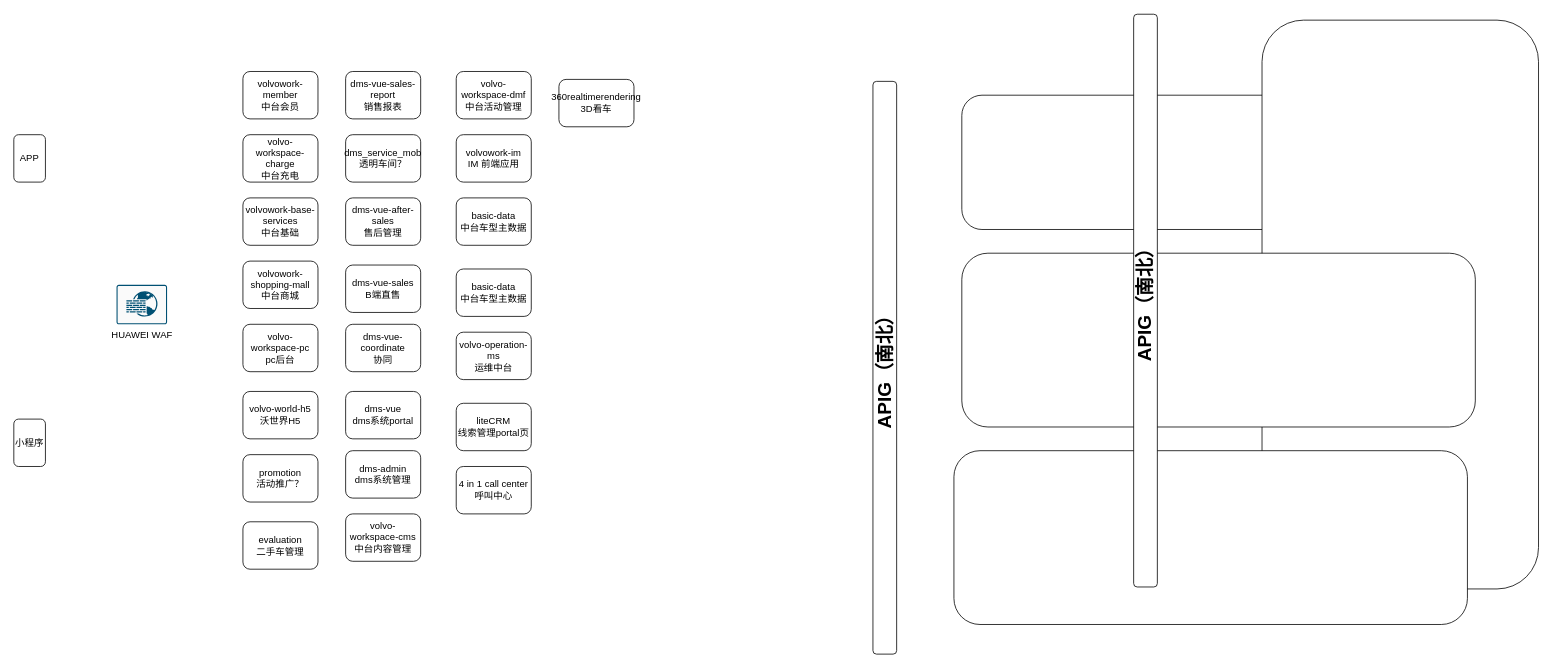
463024907/draw.io keeps this draw.io diagram as volvo Newbie技术架构图.drawio. Above is the earlier version. Source tidied: cells renumbered, new cells numbered last; positions are measured from the earlier drawing's top-left corner, leaving out a move shared by most shapes. Both pictures are drawn from the tidied source at 79%, with x=0, y=0 at pixel (13, 20).
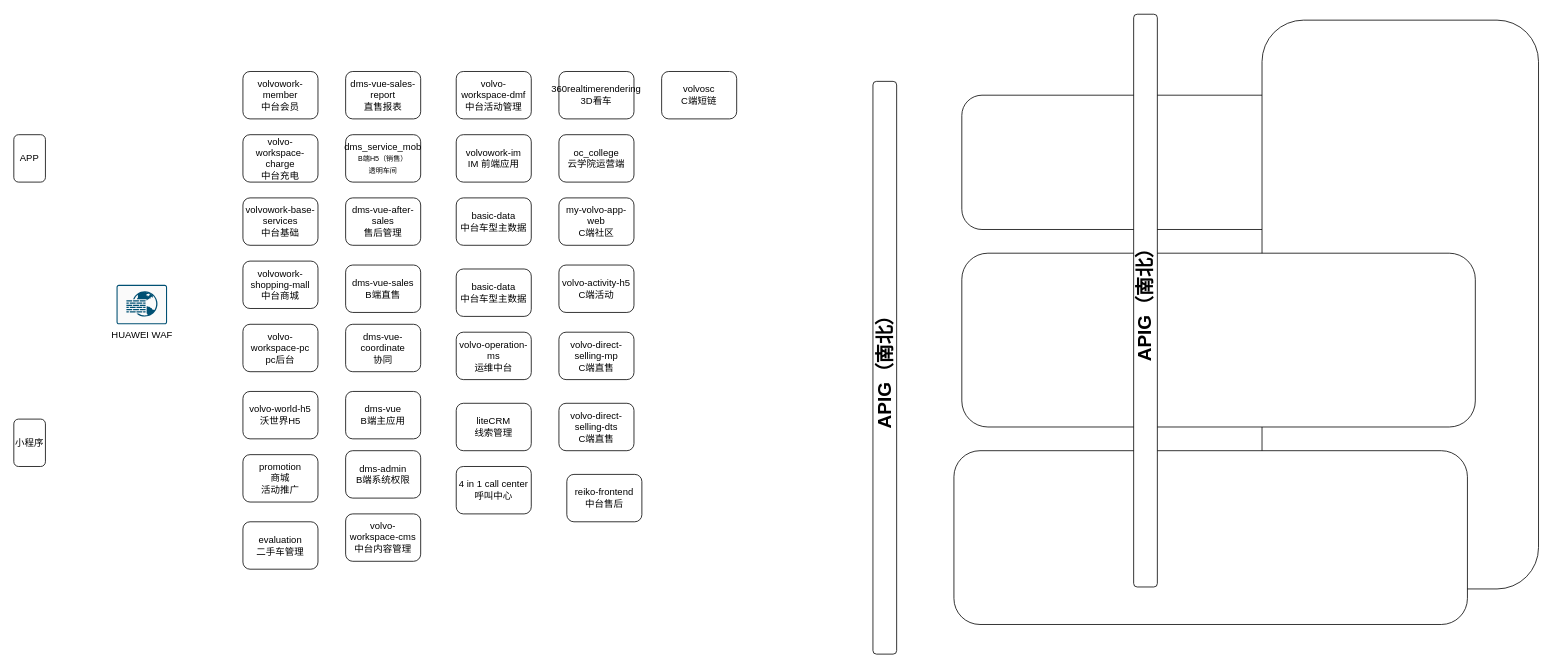
The same diagram, later.

Commit message:
Update volvo Newbie技术架构图.drawio

Diff of the diagram source:
```diff
@@
-    <mxCell id="17" value="promotion&lt;br&gt;活动推广？" style="rounded=1;whiteSpace=wrap;html=1;" parent="1" vertex="1">
+    <mxCell id="17" value="promotion&lt;br&gt;商城&lt;br&gt;活动推广" style="rounded=1;whiteSpace=wrap;html=1;" parent="1" vertex="1">
       <mxGeometry x="290" y="550" width="95" height="60" as="geometry" />
     </mxCell>
@@
-    <mxCell id="19" value="dms-vue-sales-report&lt;br&gt;销售报表" style="rounded=1;whiteSpace=wrap;html=1;" parent="1" vertex="1">
+    <mxCell id="19" value="dms-vue-sales-report&lt;br&gt;直售报表" style="rounded=1;whiteSpace=wrap;html=1;" parent="1" vertex="1">
       <mxGeometry x="420" y="65" width="95" height="60" as="geometry" />
     </mxCell>
-    <mxCell id="20" value="dms_service_mob&lt;br&gt;透明车间？" style="rounded=1;whiteSpace=wrap;html=1;" parent="1" vertex="1">
+    <mxCell id="20" value="dms_service_mob&lt;br&gt;&lt;font style=&quot;font-size: 9px;&quot;&gt;B端H5（销售）&lt;br&gt;透明车间&lt;/font&gt;" style="rounded=1;whiteSpace=wrap;html=1;" parent="1" vertex="1">
       <mxGeometry x="420" y="145" width="95" height="60" as="geometry" />
     </mxCell>
@@
-    <mxCell id="24" value="dms-vue&lt;br&gt;dms系统portal" style="rounded=1;whiteSpace=wrap;html=1;" parent="1" vertex="1">
+    <mxCell id="24" value="dms-vue&lt;br&gt;B端主应用" style="rounded=1;whiteSpace=wrap;html=1;" parent="1" vertex="1">
       <mxGeometry x="420" y="470" width="95" height="60" as="geometry" />
     </mxCell>
-    <mxCell id="25" value="dms-admin&lt;br&gt;dms系统管理" style="rounded=1;whiteSpace=wrap;html=1;" parent="1" vertex="1">
+    <mxCell id="25" value="dms-admin&lt;br&gt;B端系统权限" style="rounded=1;whiteSpace=wrap;html=1;" parent="1" vertex="1">
       <mxGeometry x="420" y="545" width="95" height="60" as="geometry" />
     </mxCell>
@@
-    <mxCell id="32" value="liteCRM&lt;br&gt;线索管理portal页" style="rounded=1;whiteSpace=wrap;html=1;" parent="1" vertex="1">
+    <mxCell id="32" value="liteCRM&lt;br&gt;线索管理" style="rounded=1;whiteSpace=wrap;html=1;" parent="1" vertex="1">
       <mxGeometry x="560" y="485" width="95" height="60" as="geometry" />
     </mxCell>
@@
     <mxCell id="34" value="360realtimerendering&lt;br&gt;3D看车" style="rounded=1;whiteSpace=wrap;html=1;" parent="1" vertex="1">
-      <mxGeometry x="690" y="75" width="95" height="60" as="geometry" />
+      <mxGeometry x="690" y="65" width="95" height="60" as="geometry" />
     </mxCell>
+    <mxCell id="35" value="oc_college&lt;br&gt;云学院运营端" style="rounded=1;whiteSpace=wrap;html=1;" parent="1" vertex="1">
+      <mxGeometry x="690" y="145" width="95" height="60" as="geometry" />
+    </mxCell>
+    <mxCell id="36" value="my-volvo-app-web&lt;br&gt;C端社区" style="rounded=1;whiteSpace=wrap;html=1;" parent="1" vertex="1">
+      <mxGeometry x="690" y="225" width="95" height="60" as="geometry" />
+    </mxCell>
+    <mxCell id="37" value="volvo-activity-h5&lt;br&gt;C端活动" style="rounded=1;whiteSpace=wrap;html=1;" parent="1" vertex="1">
+      <mxGeometry x="690" y="310" width="95" height="60" as="geometry" />
+    </mxCell>
+    <mxCell id="38" value="volvo-direct-selling-mp&lt;br&gt;C端直售" style="rounded=1;whiteSpace=wrap;html=1;" parent="1" vertex="1">
+      <mxGeometry x="690" y="395" width="95" height="60" as="geometry" />
+    </mxCell>
+    <mxCell id="39" value="volvo-direct-selling-dts&lt;br&gt;C端直售" style="rounded=1;whiteSpace=wrap;html=1;" parent="1" vertex="1">
+      <mxGeometry x="690" y="485" width="95" height="60" as="geometry" />
+    </mxCell>
+    <mxCell id="40" value="reiko-frontend&lt;br&gt;中台售后" style="rounded=1;whiteSpace=wrap;html=1;" parent="1" vertex="1">
+      <mxGeometry x="700" y="575" width="95" height="60" as="geometry" />
+    </mxCell>
+    <mxCell id="41" value="volvosc&lt;br&gt;C端短链" style="rounded=1;whiteSpace=wrap;html=1;" parent="1" vertex="1">
+      <mxGeometry x="820" y="65" width="95" height="60" as="geometry" />
+    </mxCell>
```
